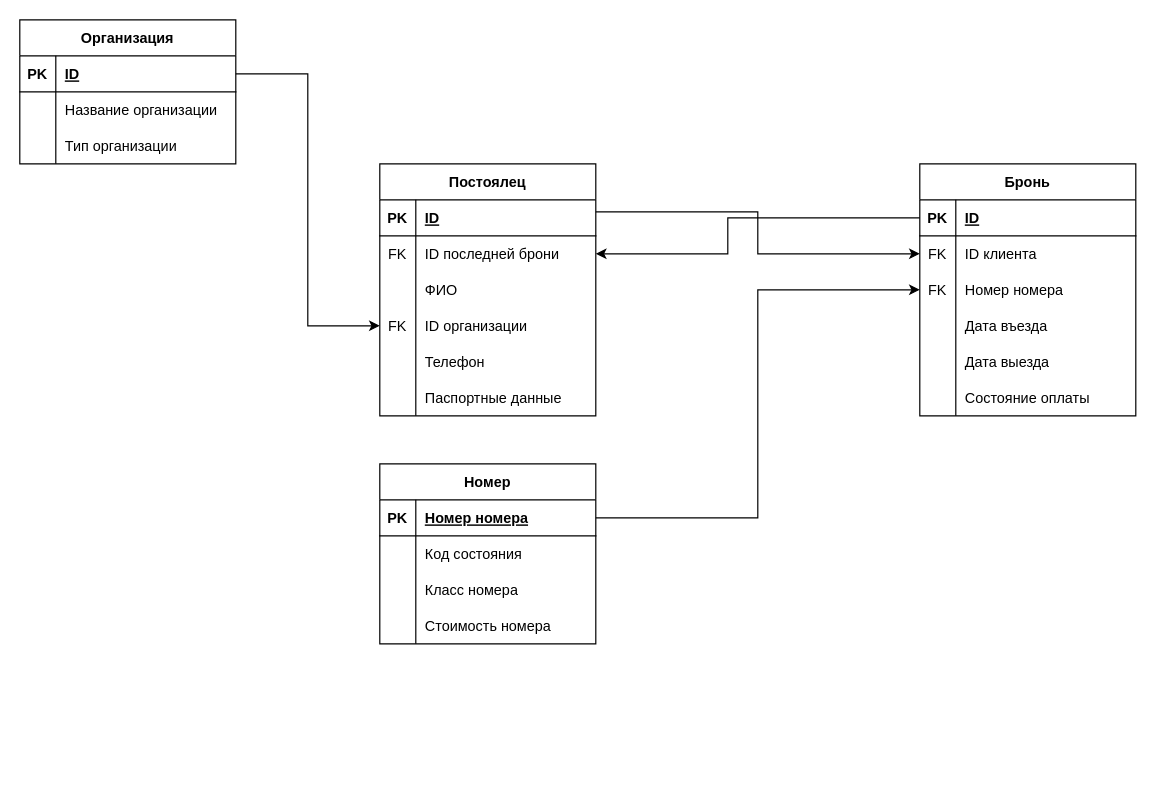
Above: page "Page-1" (1 of 2) of Kostylev_Hostel.drawio in Haxersociety/DataBase_Hostel (draw.io), before the change. Source tidied: cells renumbered, new cells numbered last; positions are measured from the earlier drawing's top-left corner, leaving out a move shared by most shapes. Both pictures are drawn from the tidied source at 120%, with x=0, y=0 at pixel (19, 19).
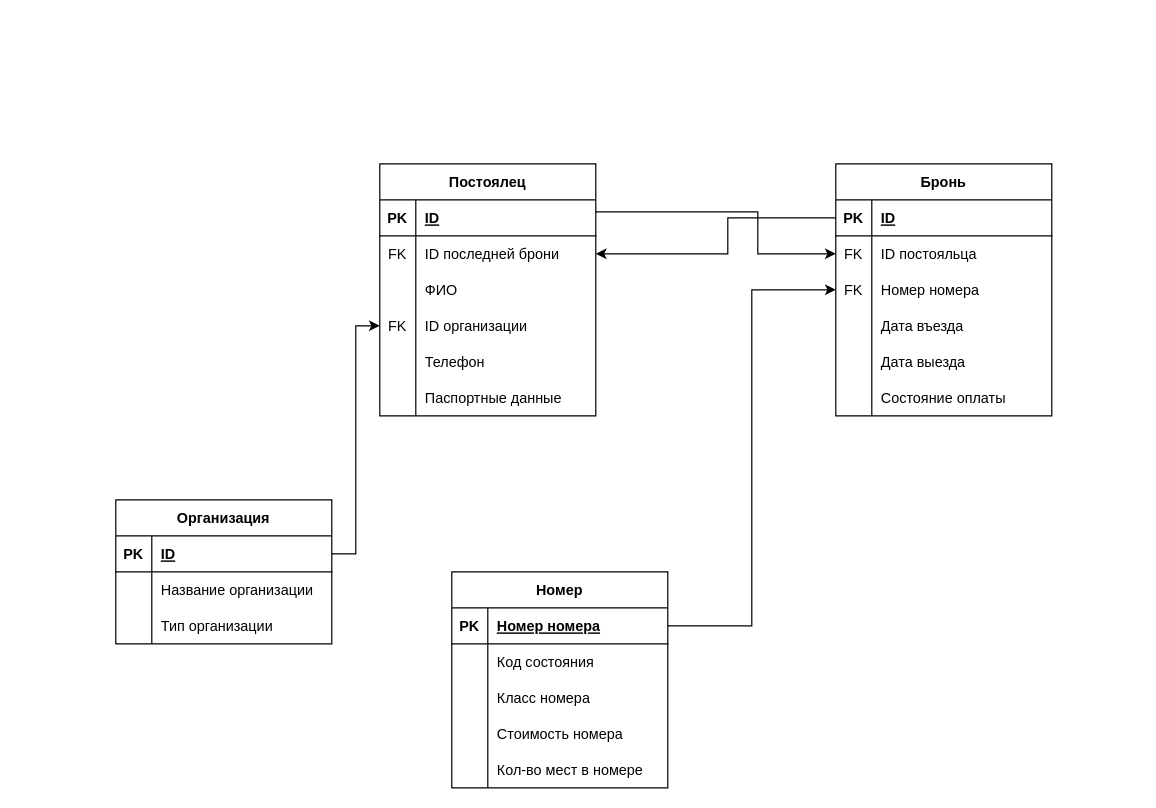
Above is the later version.

Commit message:
Добавил ER-диаграмму, немного поправил ER-модель

Unchanged cells that the change refers to:
```xml
<mxCell id="42" style="shape=tableRow;horizontal=0;startSize=0;swimlaneHead=0;swimlaneBody=0;fillColor=none;points=[[0,0.5],[1,0.5]];portConstraint=eastwest;top=0;left=0;right=0;bottom=0;" parent="38" vertex="1">
  <mxGeometry y="60" width="180" height="30" as="geometry" />
</mxCell>
```

Diff of the diagram source:
```diff
@@
     <mxCell id="25" value="Номер" style="shape=table;startSize=30;childLayout=tableLayout;rowLines=0;fontStyle=1;align=center;" parent="1" vertex="1">
-      <mxGeometry x="300" y="370" width="180" height="150" as="geometry" />
+      <mxGeometry x="360" y="460" width="180" height="180" as="geometry" />
     </mxCell>
@@
+    <mxCell id="71" style="shape=tableRow;horizontal=0;startSize=0;swimlaneHead=0;swimlaneBody=0;fillColor=none;top=0;left=0;right=0;bottom=0;" parent="25" vertex="1">
+      <mxGeometry y="150" width="180" height="30" as="geometry" />
+    </mxCell>
+    <mxCell id="72" style="shape=partialRectangle;fillColor=none;top=0;left=0;bottom=0;right=0;overflow=hidden;" parent="71" vertex="1">
+      <mxGeometry width="30" height="30" as="geometry" />
+    </mxCell>
+    <mxCell id="73" value="Кол-во мест в номере" style="shape=partialRectangle;fillColor=none;top=0;left=0;bottom=0;right=0;align=left;spacingLeft=6;overflow=hidden;" parent="71" vertex="1">
+      <mxGeometry x="30" width="150" height="30" as="geometry" />
+    </mxCell>
     <mxCell id="38" value="Бронь" style="shape=table;startSize=30;childLayout=tableLayout;rowLines=0;fontStyle=1;align=center;" parent="1" vertex="1">
-      <mxGeometry x="750" y="120" width="180" height="210" as="geometry" />
+      <mxGeometry x="680" y="120" width="180" height="210" as="geometry" />
     </mxCell>
@@
-    <mxCell id="44" value="ID клиента" style="shape=partialRectangle;fillColor=none;top=0;left=0;bottom=0;right=0;align=left;spacingLeft=6;overflow=hidden;" parent="42" vertex="1">
+    <mxCell id="44" value="ID постояльца" style="shape=partialRectangle;fillColor=none;top=0;left=0;bottom=0;right=0;align=left;spacingLeft=6;overflow=hidden;" parent="42" vertex="1">
       <mxGeometry x="30" width="150" height="30" as="geometry" />
     </mxCell>
@@
     <mxCell id="57" value="Организация" style="shape=table;startSize=30;childLayout=tableLayout;rowLines=0;fontStyle=1;align=center;" parent="1" vertex="1">
-      <mxGeometry width="180" height="120" as="geometry" />
+      <mxGeometry x="80" y="400" width="180" height="120" as="geometry" />
     </mxCell>
```
